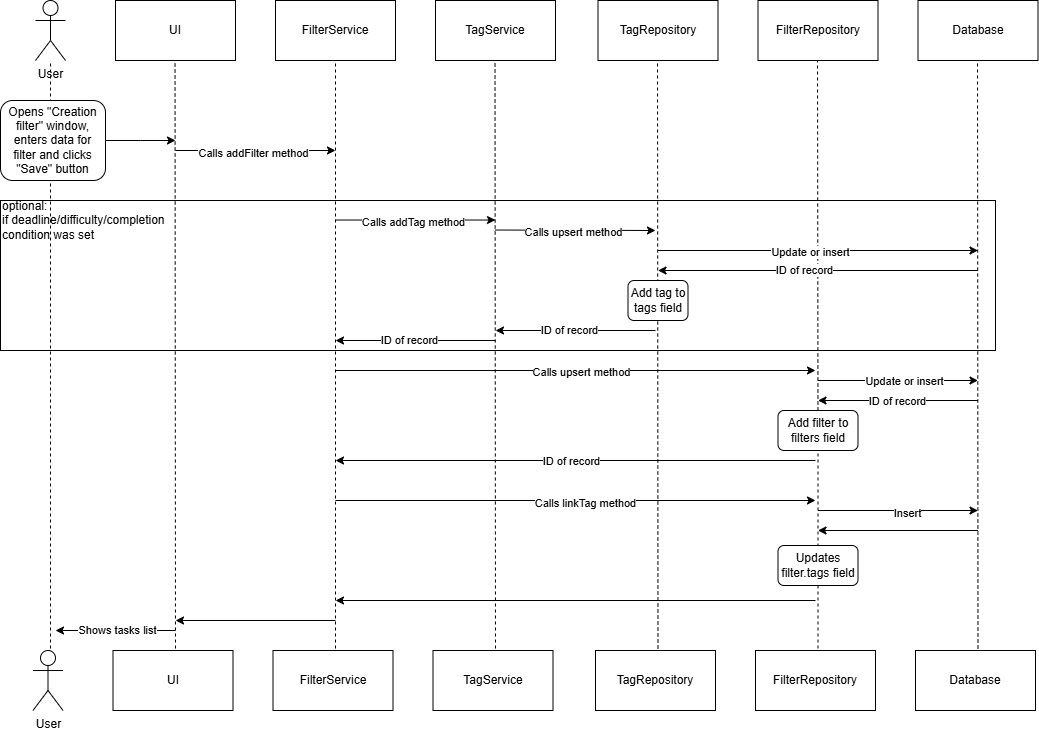
Earlier version of the draw.io export images/add_filter.png (AliakseiSuvorau/todo-list-app). Source tidied: cells renumbered, new cells last; positions are measured from the earlier drawing's top-left corner, leaving out a move shared by most shapes.
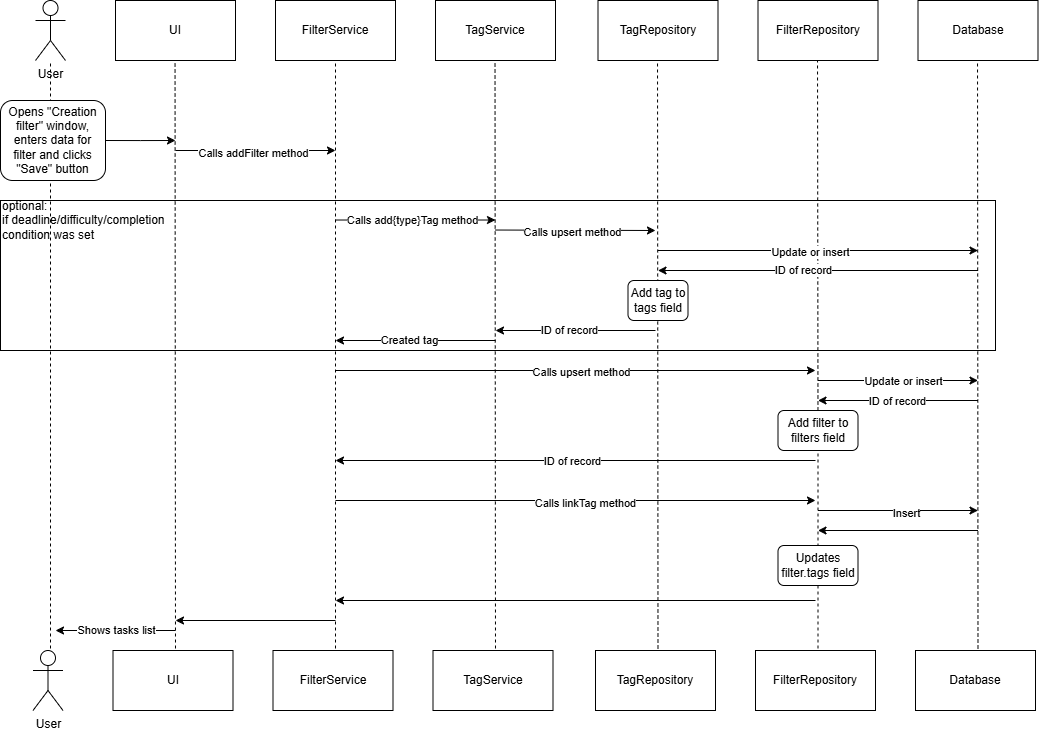
The same file after the commit.

Change to the diagram source:
```diff
@@ -59,8 +59,10 @@
         <mxPoint x="495" y="219.5" as="targetPoint" />
       </mxGeometry>
     </mxCell>
-    <mxCell id="16" value="Calls addTag method" style="edgeLabel;html=1;align=center;verticalAlign=middle;" parent="15" vertex="1">
-      <mxGeometry x="-0.04" y="-2" relative="1" as="geometry" />
+    <mxCell id="16" value="Calls add{type}Tag method" style="edgeLabel;html=1;align=center;verticalAlign=middle;" parent="15" vertex="1">
+      <mxGeometry x="-0.04" y="-2" relative="1" as="geometry">
+        <mxPoint y="-2" as="offset" />
+      </mxGeometry>
     </mxCell>
     <mxCell id="17" style="endArrow=none;dashed=1;html=1;rounded=0;entryX=0.5;entryY=1;entryDx=0;entryDy=0;" parent="1" edge="1">
       <mxGeometry relative="1" as="geometry">
@@ -139,7 +141,7 @@
         <mxPoint x="335" y="340" as="targetPoint" />
       </mxGeometry>
     </mxCell>
-    <mxCell id="34" value="ID of record" style="edgeLabel;html=1;align=center;verticalAlign=middle;" parent="33" vertex="1">
+    <mxCell id="34" value="Created tag" style="edgeLabel;html=1;align=center;verticalAlign=middle;" parent="33" vertex="1">
       <mxGeometry x="0.09" y="-1" relative="1" as="geometry" />
     </mxCell>
     <mxCell id="35" style="endArrow=classic;html=1;rounded=0;" parent="1" edge="1">
```
